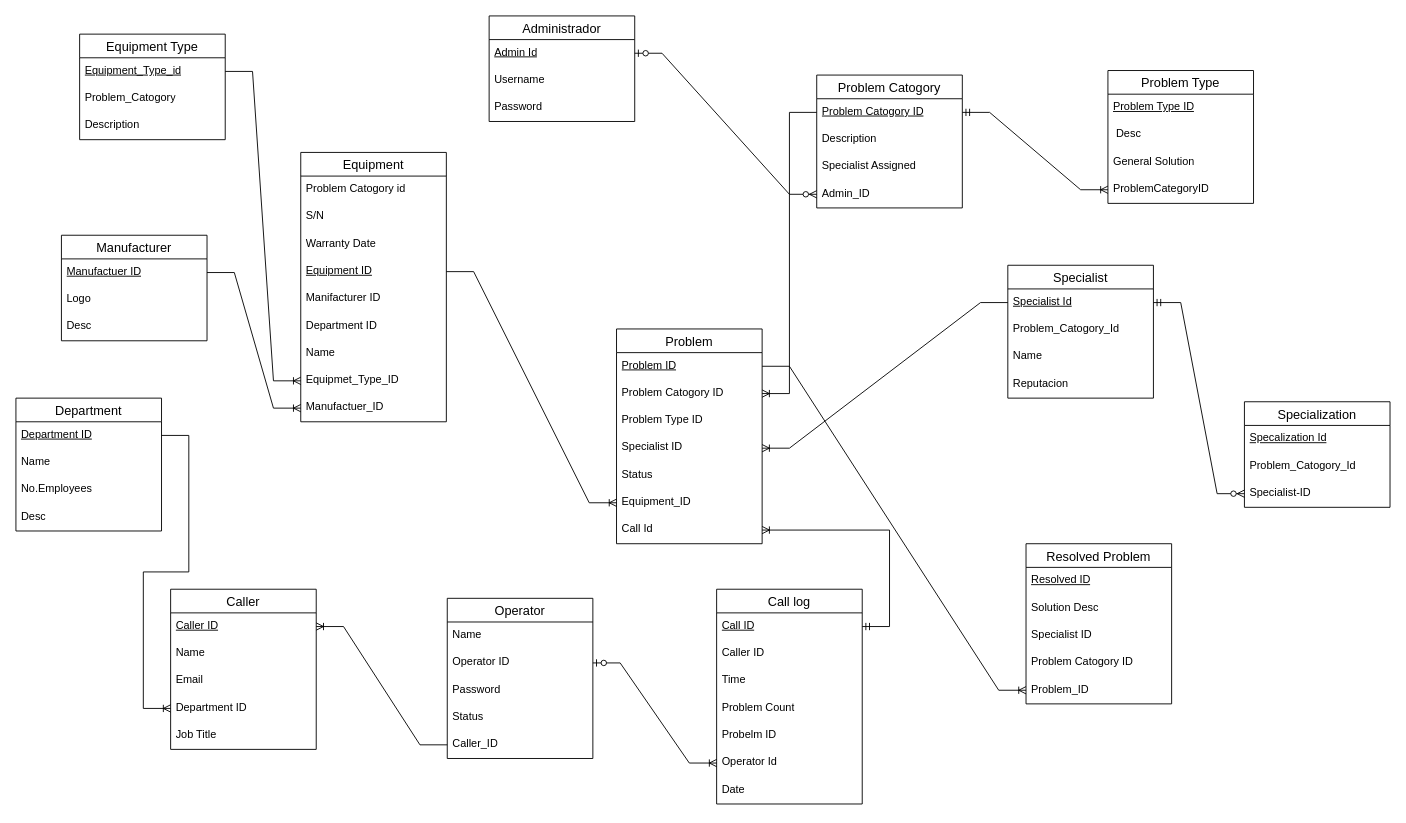
The draw.io diagram diagramaEr.drawio in JoaoCorreia2008/Diagrama-escolar-, before the edit. Source tidied: cells renumbered, new cells numbered last; positions are measured from the earlier drawing's top-left corner, leaving out a move shared by most shapes. Both pictures are drawn from the tidied source at 91%, with x=0, y=0 at pixel (15, 15).
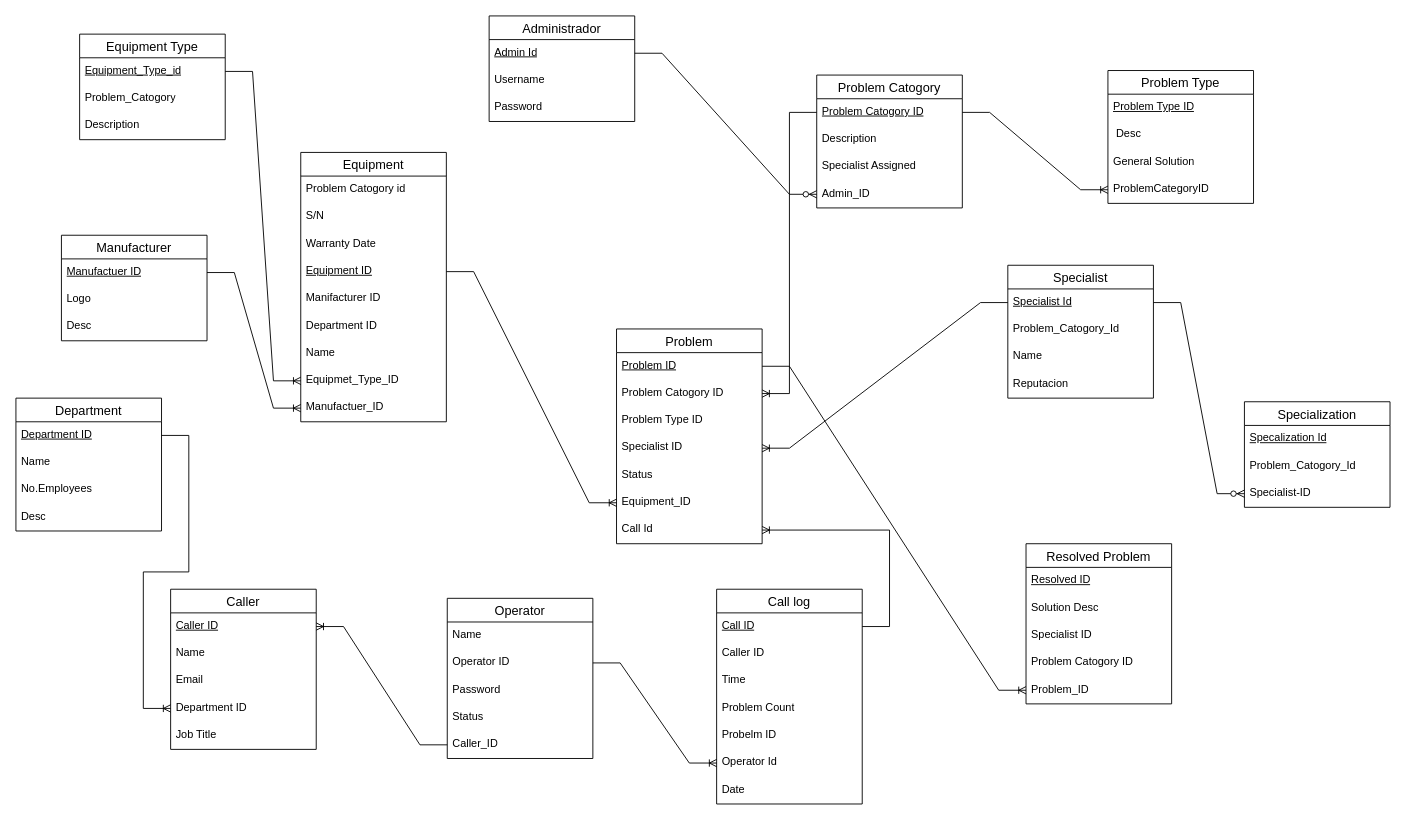
After the change.

The change refers to these unchanged cells:
```xml
<mxCell id="7" value="&lt;span style=&quot;text-wrap-mode: nowrap;&quot;&gt;&lt;u&gt;Admin Id&lt;/u&gt;&lt;/span&gt;" style="text;strokeColor=none;fillColor=none;spacingLeft=4;spacingRight=4;overflow=hidden;points=[[0,0.5],[1,0.5]];portConstraint=eastwest;fontSize=12;whiteSpace=wrap;html=1;" parent="6" vertex="1">
  <mxGeometry y="26" width="160" height="30" as="geometry" />
</mxCell>
<mxCell id="27" value="Operator ID" style="text;strokeColor=none;fillColor=none;spacingLeft=4;spacingRight=4;overflow=hidden;points=[[0,0.5],[1,0.5]];portConstraint=eastwest;fontSize=12;whiteSpace=wrap;html=1;" parent="25" vertex="1">
  <mxGeometry y="56" width="160" height="30" as="geometry" />
</mxCell>
<mxCell id="32" value="&lt;span style=&quot;text-wrap-mode: nowrap;&quot;&gt;&lt;u&gt;Call ID&lt;/u&gt;&lt;/span&gt;" style="text;strokeColor=none;fillColor=none;spacingLeft=4;spacingRight=4;overflow=hidden;points=[[0,0.5],[1,0.5]];portConstraint=eastwest;fontSize=12;whiteSpace=wrap;html=1;" parent="31" vertex="1">
  <mxGeometry y="26" width="160" height="30" as="geometry" />
</mxCell>
<mxCell id="37" value="Operator Id" style="text;strokeColor=none;fillColor=none;spacingLeft=4;spacingRight=4;overflow=hidden;points=[[0,0.5],[1,0.5]];portConstraint=eastwest;fontSize=12;whiteSpace=wrap;html=1;" parent="31" vertex="1">
  <mxGeometry y="176" width="160" height="30" as="geometry" />
</mxCell>
<mxCell id="42" value="Specialist-ID" style="text;strokeColor=none;fillColor=none;spacingLeft=4;spacingRight=4;overflow=hidden;points=[[0,0.5],[1,0.5]];portConstraint=eastwest;fontSize=12;whiteSpace=wrap;html=1;" parent="39" vertex="1">
  <mxGeometry y="86" width="160" height="30" as="geometry" />
</mxCell>
<mxCell id="50" value="&lt;span style=&quot;text-wrap-mode: nowrap;&quot;&gt;&lt;u&gt;Specialist Id&lt;/u&gt;&lt;/span&gt;" style="text;strokeColor=none;fillColor=none;spacingLeft=4;spacingRight=4;overflow=hidden;points=[[0,0.5],[1,0.5]];portConstraint=eastwest;fontSize=12;whiteSpace=wrap;html=1;" parent="49" vertex="1">
  <mxGeometry y="26" width="160" height="30" as="geometry" />
</mxCell>
<mxCell id="58" value="ProblemCategoryID" style="text;strokeColor=none;fillColor=none;spacingLeft=4;spacingRight=4;overflow=hidden;points=[[0,0.5],[1,0.5]];portConstraint=eastwest;fontSize=12;whiteSpace=wrap;html=1;" parent="54" vertex="1">
  <mxGeometry y="116" width="160" height="30" as="geometry" />
</mxCell>
<mxCell id="76" value="Call Id" style="text;strokeColor=none;fillColor=none;spacingLeft=4;spacingRight=4;overflow=hidden;points=[[0,0.5],[1,0.5]];portConstraint=eastwest;fontSize=12;whiteSpace=wrap;html=1;" parent="69" vertex="1">
  <mxGeometry y="206" width="160" height="30" as="geometry" />
</mxCell>
<mxCell id="78" value="&lt;u&gt;Problem Catogory ID&lt;/u&gt;" style="text;strokeColor=none;fillColor=none;spacingLeft=4;spacingRight=4;overflow=hidden;points=[[0,0.5],[1,0.5]];portConstraint=eastwest;fontSize=12;whiteSpace=wrap;html=1;" parent="77" vertex="1">
  <mxGeometry y="26" width="160" height="30" as="geometry" />
</mxCell>
<mxCell id="81" value="Admin_ID" style="text;strokeColor=none;fillColor=none;spacingLeft=4;spacingRight=4;overflow=hidden;points=[[0,0.5],[1,0.5]];portConstraint=eastwest;fontSize=12;whiteSpace=wrap;html=1;" parent="77" vertex="1">
  <mxGeometry y="116" width="160" height="30" as="geometry" />
</mxCell>
```

Diff of the diagram source:
```diff
@@
-    <mxCell id="86" style="edgeStyle=entityRelationEdgeStyle;fontSize=12;html=1;endArrow=ERoneToMany;startArrow=ERzeroToOne;rounded=0;exitX=1;exitY=0.5;exitDx=0;exitDy=0;entryX=0;entryY=0.5;entryDx=0;entryDy=0;" parent="1" edge="1" source="27" target="37">
+    <mxCell id="86" style="edgeStyle=entityRelationEdgeStyle;fontSize=12;html=1;endArrow=ERoneToMany;startArrow=none;rounded=0;exitX=1;exitY=0.5;exitDx=0;exitDy=0;entryX=0;entryY=0.5;entryDx=0;entryDy=0;startFill=0;" parent="1" edge="1" source="27" target="37">
       <mxGeometry relative="1" as="geometry" />
     </mxCell>
-    <mxCell id="87" style="edgeStyle=entityRelationEdgeStyle;fontSize=12;html=1;endArrow=ERoneToMany;startArrow=ERmandOne;rounded=0;entryX=1;entryY=0.5;entryDx=0;entryDy=0;" parent="1" edge="1" source="32" target="76">
+    <mxCell id="87" style="edgeStyle=entityRelationEdgeStyle;fontSize=12;html=1;endArrow=ERoneToMany;startArrow=none;rounded=0;entryX=1;entryY=0.5;entryDx=0;entryDy=0;startFill=0;" parent="1" edge="1" source="32" target="76">
       <mxGeometry relative="1" as="geometry" />
     </mxCell>
@@
-    <mxCell id="91" style="edgeStyle=entityRelationEdgeStyle;fontSize=12;html=1;endArrow=ERoneToMany;startArrow=ERmandOne;rounded=0;exitX=1;exitY=0.5;exitDx=0;exitDy=0;" parent="1" edge="1" source="78" target="58">
+    <mxCell id="91" style="edgeStyle=entityRelationEdgeStyle;fontSize=12;html=1;endArrow=ERoneToMany;startArrow=none;rounded=0;exitX=1;exitY=0.5;exitDx=0;exitDy=0;startFill=0;" parent="1" edge="1" source="78" target="58">
       <mxGeometry relative="1" as="geometry" />
     </mxCell>
-    <mxCell id="92" style="edgeStyle=entityRelationEdgeStyle;fontSize=12;html=1;endArrow=ERzeroToMany;startArrow=ERzeroToOne;rounded=0;" parent="1" edge="1" source="7" target="81">
+    <mxCell id="92" style="edgeStyle=entityRelationEdgeStyle;fontSize=12;html=1;endArrow=ERzeroToMany;startArrow=none;rounded=0;startFill=0;" parent="1" edge="1" source="7" target="81">
       <mxGeometry relative="1" as="geometry" />
     </mxCell>
-    <mxCell id="93" style="edgeStyle=entityRelationEdgeStyle;fontSize=12;html=1;endArrow=ERzeroToMany;startArrow=ERmandOne;rounded=0;" parent="1" edge="1" source="50" target="42">
+    <mxCell id="93" style="edgeStyle=entityRelationEdgeStyle;fontSize=12;html=1;endArrow=ERzeroToMany;startArrow=none;rounded=0;startFill=0;" parent="1" edge="1" source="50" target="42">
       <mxGeometry relative="1" as="geometry" />
     </mxCell>
```
